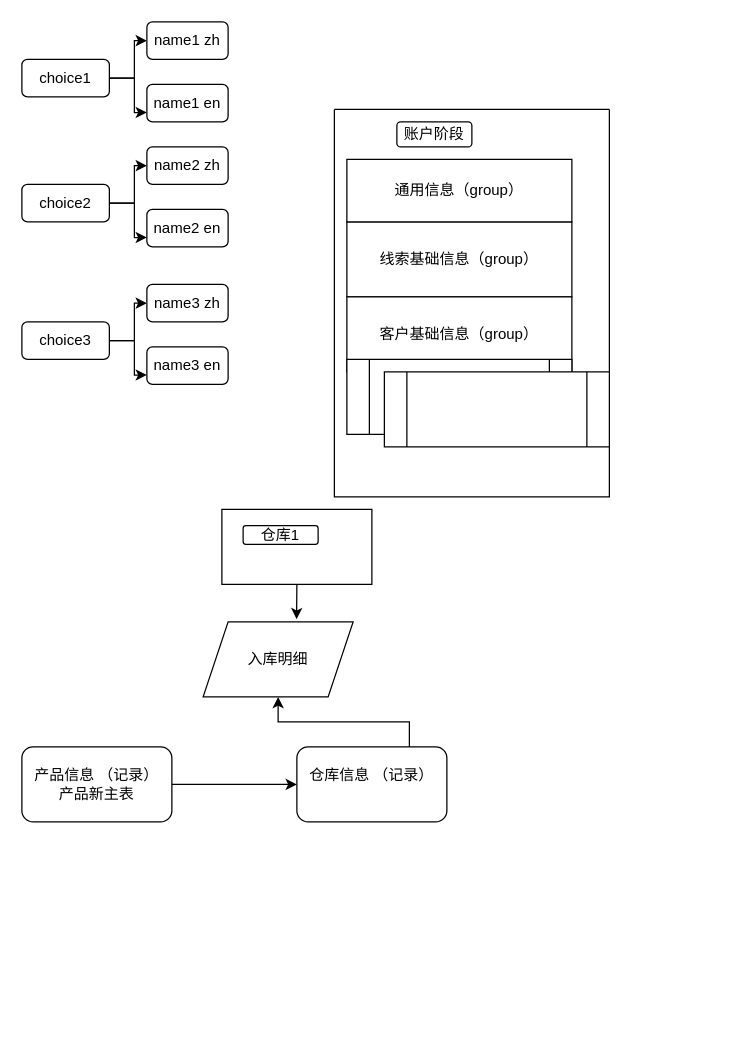
Above: page "Entity" (3 of 6) of ERDiagram.drawio in sbosleo/sbosmobile (draw.io), before the change. Source tidied: cells renumbered, new cells numbered last; positions are measured from the earlier drawing's top-left corner, leaving out a move shared by most shapes. Both pictures are drawn from the tidied source at 125%, with x=0, y=0 at pixel (21, 21).
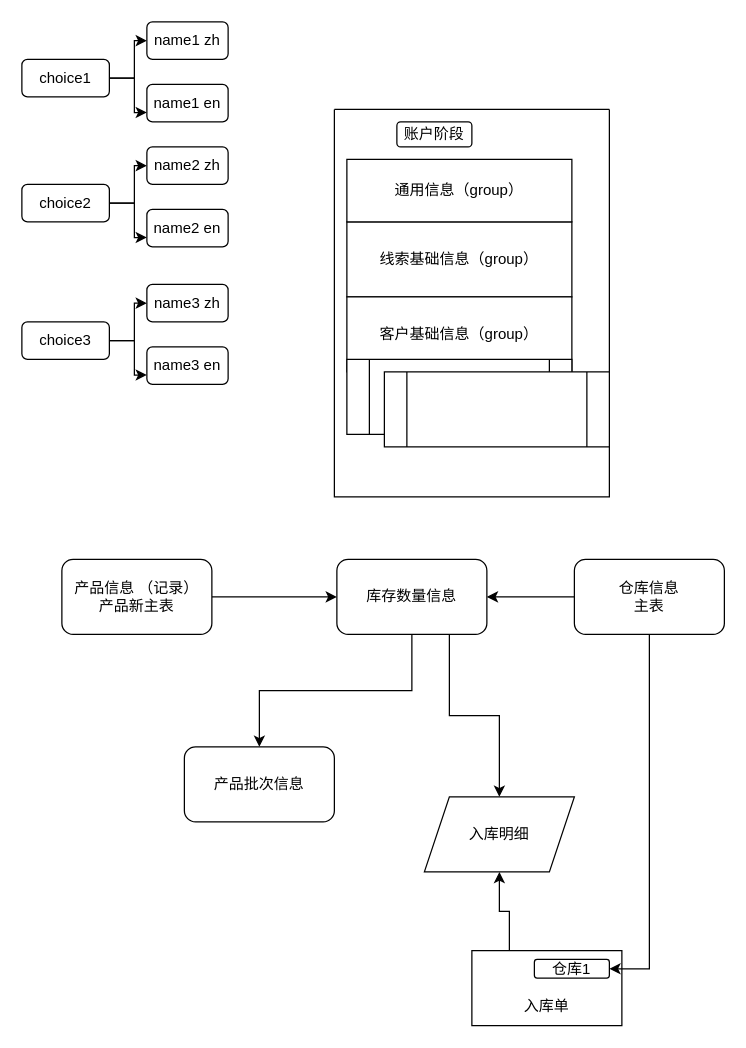
After the change.

Change to the diagram source:
```diff
@@
     <mxCell id="25" value="产品信息 （记录）&lt;div&gt;产品新主表&lt;/div&gt;" style="rounded=1;whiteSpace=wrap;html=1;" parent="1" vertex="1">
-      <mxGeometry y="580" width="120" height="60" as="geometry" />
+      <mxGeometry x="32" y="430" width="120" height="60" as="geometry" />
     </mxCell>
+    <mxCell id="32" style="edgeStyle=orthogonalEdgeStyle;rounded=0;jettySize=auto;html=1;exitX=0.5;exitY=1;exitDx=0;exitDy=0;entryX=0.5;entryY=0;entryDx=0;entryDy=0;" parent="1" edge="1" source="27" target="36">
+      <mxGeometry relative="1" as="geometry" />
+    </mxCell>
-    <mxCell id="26" style="edgeStyle=orthogonalEdgeStyle;rounded=0;jettySize=auto;html=1;exitX=0.75;exitY=0;exitDx=0;exitDy=0;entryX=0.5;entryY=1;entryDx=0;entryDy=0;" parent="1" edge="1" source="27" target="28">
+    <mxCell id="26" style="edgeStyle=orthogonalEdgeStyle;rounded=0;jettySize=auto;html=1;exitX=0.75;exitY=1;exitDx=0;exitDy=0;entryX=0.5;entryY=0;entryDx=0;entryDy=0;" parent="1" edge="1" source="27" target="28">
       <mxGeometry relative="1" as="geometry" />
     </mxCell>
-    <mxCell id="27" value="仓库信息 （记录）&lt;div&gt;&lt;br&gt;&lt;/div&gt;" style="rounded=1;whiteSpace=wrap;html=1;" parent="1" vertex="1">
-      <mxGeometry x="220" y="580" width="120" height="60" as="geometry" />
+    <mxCell id="27" value="库存数量信息" style="rounded=1;whiteSpace=wrap;html=1;" parent="1" vertex="1">
+      <mxGeometry x="252" y="430" width="120" height="60" as="geometry" />
     </mxCell>
+    <mxCell id="30" style="edgeStyle=orthogonalEdgeStyle;rounded=0;jettySize=auto;html=1;exitX=0.25;exitY=0;exitDx=0;exitDy=0;entryX=0.5;entryY=1;entryDx=0;entryDy=0;" parent="1" edge="1" source="29" target="28">
+      <mxGeometry relative="1" as="geometry" />
+    </mxCell>
+    <mxCell id="29" value="&lt;div&gt;&lt;br&gt;&lt;/div&gt;&lt;div&gt;&lt;br&gt;&lt;/div&gt;&lt;div&gt;入库单&lt;/div&gt;" style="rounded=0;whiteSpace=wrap;html=1;" parent="1" vertex="1">
+      <mxGeometry x="360" y="743" width="120" height="60" as="geometry" />
+    </mxCell>
+    <mxCell id="31" value="仓库1" style="rounded=1;whiteSpace=wrap;html=1;" parent="1" vertex="1">
+      <mxGeometry x="410" y="750" width="60" height="15" as="geometry" />
+    </mxCell>
+    <mxCell id="33" style="edgeStyle=none;rounded=0;jettySize=auto;html=1;exitX=0;exitY=0.5;exitDx=0;exitDy=0;entryX=1;entryY=0.5;entryDx=0;entryDy=0;" parent="1" edge="1" source="35" target="27">
+      <mxGeometry relative="1" as="geometry" />
+    </mxCell>
+    <mxCell id="34" style="edgeStyle=orthogonalEdgeStyle;rounded=0;jettySize=auto;html=1;exitX=0.5;exitY=1;exitDx=0;exitDy=0;entryX=1;entryY=0.5;entryDx=0;entryDy=0;" parent="1" edge="1" source="35" target="31">
+      <mxGeometry relative="1" as="geometry" />
+    </mxCell>
+    <mxCell id="35" value="仓库信息&lt;div&gt;主表&lt;/div&gt;" style="rounded=1;whiteSpace=wrap;html=1;" parent="1" vertex="1">
+      <mxGeometry x="442" y="430" width="120" height="60" as="geometry" />
+    </mxCell>
+    <mxCell id="36" value="产品批次信息" style="rounded=1;whiteSpace=wrap;html=1;" parent="1" vertex="1">
+      <mxGeometry x="130" y="580" width="120" height="60" as="geometry" />
+    </mxCell>
     <mxCell id="28" value="入库明细" style="shape=parallelogram;perimeter=parallelogramPerimeter;whiteSpace=wrap;html=1;fixedSize=1;" parent="1" vertex="1">
-      <mxGeometry x="145" y="480" width="120" height="60" as="geometry" />
+      <mxGeometry x="322" y="620" width="120" height="60" as="geometry" />
     </mxCell>
-    <mxCell id="29" style="rounded=0;whiteSpace=wrap;html=1;" parent="1" vertex="1">
-      <mxGeometry x="160" y="390" width="120" height="60" as="geometry" />
-    </mxCell>
-    <mxCell id="30" style="edgeStyle=none;rounded=0;jettySize=auto;html=1;exitX=0.5;exitY=1;exitDx=0;exitDy=0;entryX=0.623;entryY=-0.036;entryDx=0;entryDy=0;entryPerimeter=0;" parent="1" edge="1" source="29" target="28">
-      <mxGeometry relative="1" as="geometry" />
-    </mxCell>
-    <mxCell id="31" value="仓库1" style="rounded=1;whiteSpace=wrap;html=1;" parent="1" vertex="1">
-      <mxGeometry x="177" y="403" width="60" height="15" as="geometry" />
-    </mxCell>
```
